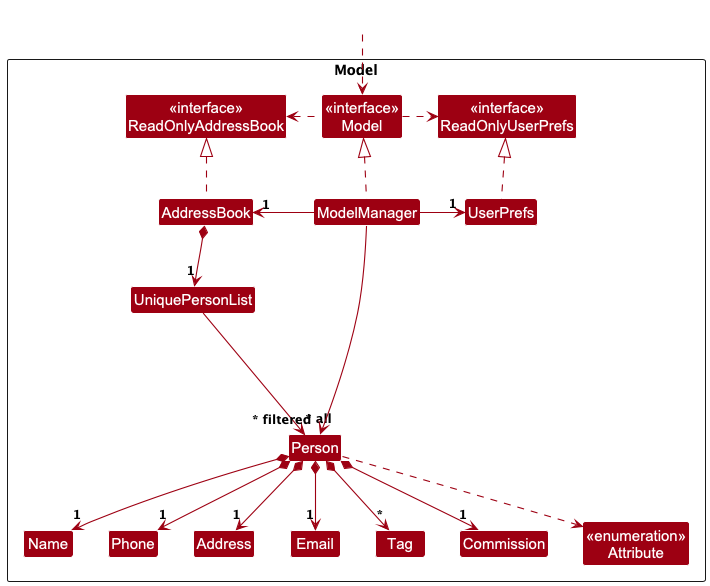
Earlier version of the PlantUML export docs/images/ModelClassDiagram.png (xk1234/tp).
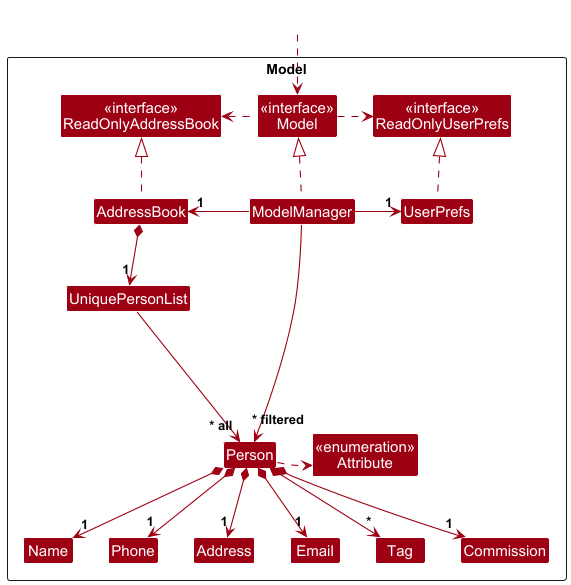
The same diagram one commit later.

Commit message:
Adjust the dependency Attribute to right in UML

What changed in the source:
```diff
@@ -48,6 +48,7 @@
 Person *--> "*" Tag
 
 Person ..> Attribute
+Person -[hidden]right-> Attribute
 
 Person -[hidden]up--> I
 UniquePersonList -[hidden]right-> I
```
